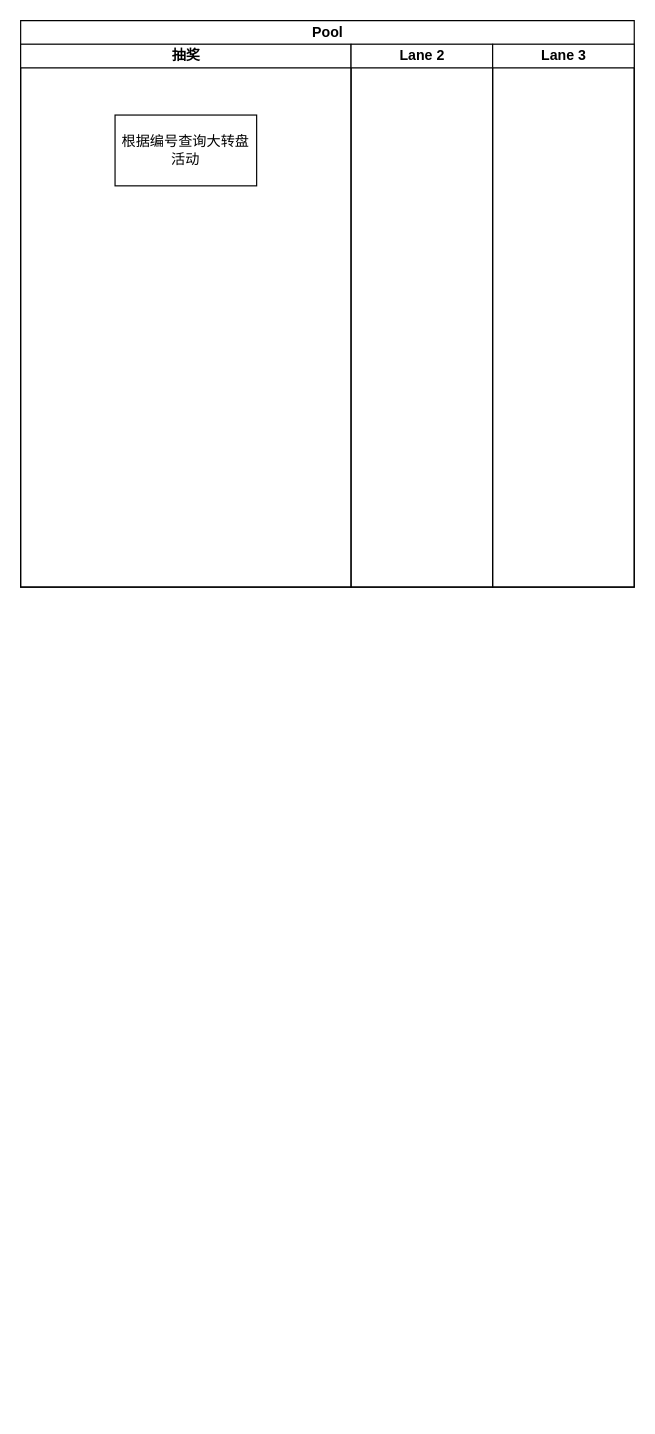
dk-lockdown/diagram keeps this draw.io diagram as page "BigWheel-抽奖" (2 of 3) of BigWheel.drawio. Above is the earlier version. Source tidied: cells renumbered, new cells numbered last; positions are measured from the earlier drawing's top-left corner, leaving out a move shared by most shapes. Both pictures are drawn from the tidied source at 118%, with x=0, y=0 at pixel (20, 20).
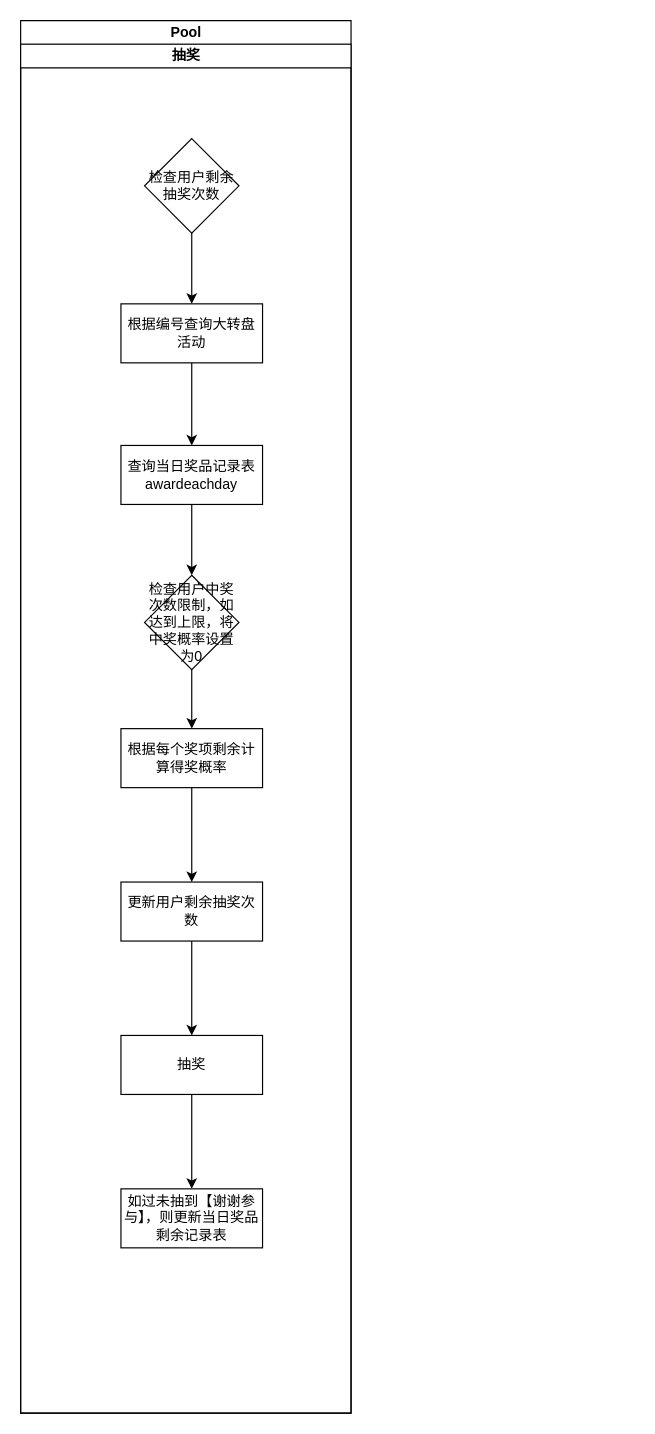
Above is the later version.

Diff of the diagram source:
```diff
@@
 <mxGraphModel>
   <root>
     <mxCell id="0" />
     <mxCell id="1" parent="0" />
     <mxCell id="2" value="Pool" style="swimlane;html=1;startSize=20;" parent="1" vertex="1">
-      <mxGeometry width="520" height="480" as="geometry" />
+      <mxGeometry width="280" height="1180" as="geometry" />
     </mxCell>
     <mxCell id="3" value="抽奖" style="swimlane;html=1;startSize=20;" parent="2" vertex="1">
-      <mxGeometry y="20" width="280" height="460" as="geometry" />
+      <mxGeometry y="20" width="280" height="1160" as="geometry" />
     </mxCell>
+    <mxCell id="7" style="edgeStyle=orthogonalEdgeStyle;rounded=0;jettySize=auto;html=1;" parent="3" edge="1" source="4" target="9">
+      <mxGeometry relative="1" as="geometry" />
+    </mxCell>
     <mxCell id="4" value="根据编号查询大转盘活动" style="rounded=0;whiteSpace=wrap;html=1;" parent="3" vertex="1">
-      <mxGeometry x="80" y="60" width="120" height="60" as="geometry" />
+      <mxGeometry x="85" y="220" width="120" height="50" as="geometry" />
     </mxCell>
-    <mxCell id="5" value="Lane 2" style="swimlane;html=1;startSize=20;" parent="2" vertex="1">
-      <mxGeometry x="280" y="20" width="120" height="460" as="geometry" />
-    </mxCell>
-    <mxCell id="6" value="Lane 3" style="swimlane;html=1;startSize=20;" parent="2" vertex="1">
-      <mxGeometry x="400" y="20" width="120" height="460" as="geometry" />
-    </mxCell>
+    <mxCell id="8" style="edgeStyle=orthogonalEdgeStyle;rounded=0;jettySize=auto;html=1;" parent="3" edge="1" source="9" target="20">
+      <mxGeometry relative="1" as="geometry" />
+    </mxCell>
+    <mxCell id="9" value="查询当日奖品记录表&lt;br&gt;awardeachday" style="rounded=0;whiteSpace=wrap;html=1;" parent="3" vertex="1">
+      <mxGeometry x="85" y="340" width="120" height="50" as="geometry" />
+    </mxCell>
+    <mxCell id="10" style="edgeStyle=orthogonalEdgeStyle;rounded=0;jettySize=auto;html=1;" parent="3" edge="1" source="11" target="13">
+      <mxGeometry relative="1" as="geometry" />
+    </mxCell>
+    <mxCell id="11" value="根据每个奖项剩余计算得奖概率" style="rounded=0;whiteSpace=wrap;html=1;" parent="3" vertex="1">
+      <mxGeometry x="85" y="580" width="120" height="50" as="geometry" />
+    </mxCell>
+    <mxCell id="12" style="edgeStyle=orthogonalEdgeStyle;rounded=0;jettySize=auto;html=1;" parent="3" edge="1" source="13" target="15">
+      <mxGeometry relative="1" as="geometry" />
+    </mxCell>
+    <mxCell id="13" value="更新用户剩余抽奖次数" style="rounded=0;whiteSpace=wrap;html=1;" parent="3" vertex="1">
+      <mxGeometry x="85" y="710" width="120" height="50" as="geometry" />
+    </mxCell>
+    <mxCell id="14" style="edgeStyle=orthogonalEdgeStyle;rounded=0;jettySize=auto;html=1;" parent="3" edge="1" source="15" target="16">
+      <mxGeometry relative="1" as="geometry" />
+    </mxCell>
+    <mxCell id="15" value="抽奖" style="rounded=0;whiteSpace=wrap;html=1;" parent="3" vertex="1">
+      <mxGeometry x="85" y="840" width="120" height="50" as="geometry" />
+    </mxCell>
+    <mxCell id="16" value="如过未抽到【谢谢参与】，则更新当日奖品剩余记录表" style="rounded=0;whiteSpace=wrap;html=1;" parent="3" vertex="1">
+      <mxGeometry x="85" y="970" width="120" height="50" as="geometry" />
+    </mxCell>
+    <mxCell id="17" style="edgeStyle=orthogonalEdgeStyle;rounded=0;jettySize=auto;html=1;" parent="3" edge="1" source="18" target="4">
+      <mxGeometry relative="1" as="geometry" />
+    </mxCell>
+    <mxCell id="18" value="检查用户剩余抽奖次数" style="rhombus;whiteSpace=wrap;html=1;" parent="3" vertex="1">
+      <mxGeometry x="105" y="80" width="80" height="80" as="geometry" />
+    </mxCell>
+    <mxCell id="19" style="edgeStyle=orthogonalEdgeStyle;rounded=0;jettySize=auto;html=1;" parent="3" edge="1" source="20" target="11">
+      <mxGeometry relative="1" as="geometry" />
+    </mxCell>
+    <mxCell id="20" value="检查用户中奖次数限制，如达到上限，将中奖概率设置为0" style="rhombus;whiteSpace=wrap;html=1;" parent="3" vertex="1">
+      <mxGeometry x="105" y="450" width="80" height="80" as="geometry" />
+    </mxCell>
   </root>
 </mxGraphModel>
```
